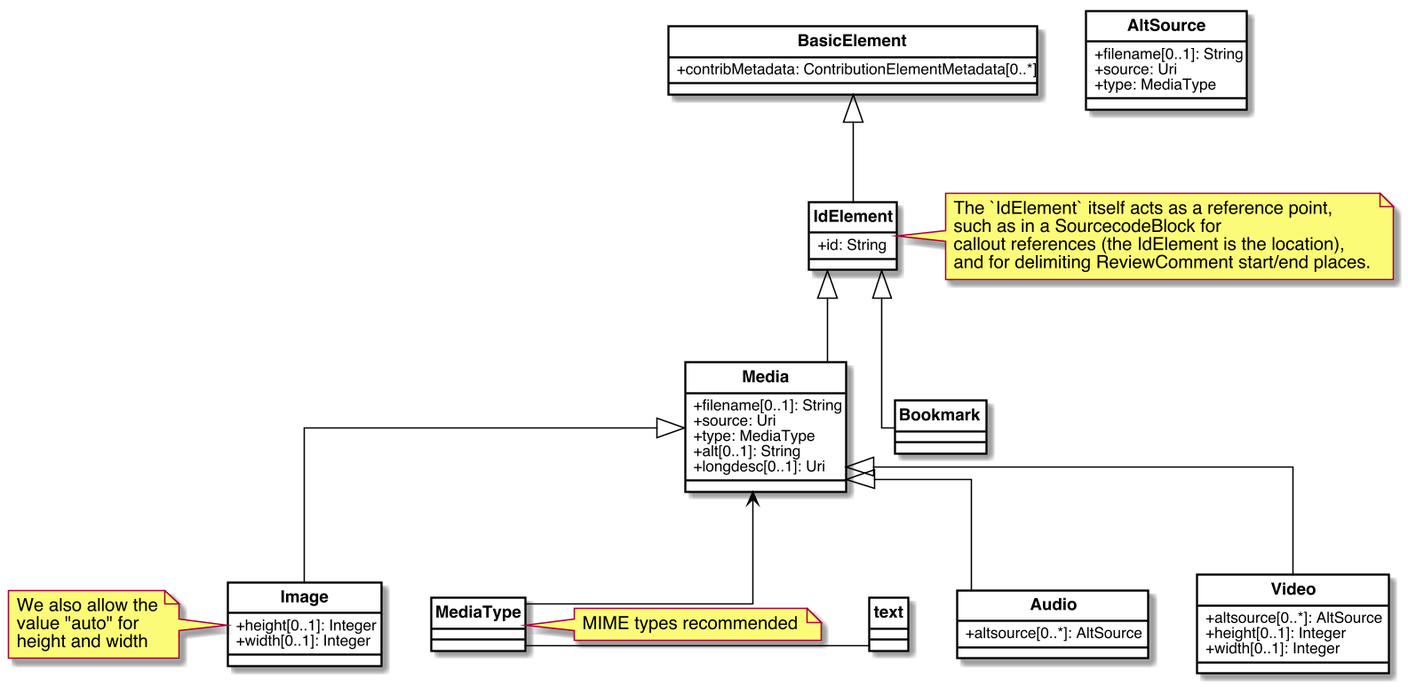
Above: images/IdElements.png in metanorma/basicdoc-models (PlantUML), before the change. Source of this version:
```plantuml
@startuml IdElements


skinparam Dpi 150
skinparam Monochrome false
skinparam LineType ortho
hide circle
skinparam Default {
  TextAlignment center
  FontName Helvetica
}
skinparam Class {
  AttributeIconSize 0
  BackgroundColor White
  ArrowColor Black
  BorderColor Black
  FontStyle bold
  StereotypeFontSize 10
}
skinparam Rectangle {
  BackgroundColor White
  ArrowColor Black
  BorderColor Black
  FontStyle bold
  FontSize 11
  StereotypeFontSize 10
}
skinparam Object {
  BackgroundColor White
  ArrowColor Black
  BorderColor Black
  FontStyle bold
  FontSize 11
  StereotypeFontSize 10
}

skinparam Entity {
  StereotypeFontSize 10
}



class BasicElement {
    +contribMetadata: ContributionElementMetadata[0..*]
}

class IdElement{
    +id: String
}

class Media{
    +filename[0..1]: String
    +source: Uri
    +type: MediaType
    +alt[0..1]: String
    +longdesc[0..1]: Uri
}

class Image{
    +height[0..1]: Integer
    +width[0..1]: Integer
}

class Audio{
    +altsource[0..*]: AltSource
}

class Video{
    +altsource[0..*]: AltSource
    +height[0..1]: Integer
    +width[0..1]: Integer
}

class AltSource{
    +filename[0..1]: String
    +source: Uri
    +type: MediaType
}

class Bookmark{

}


MediaType  = text


note right of IdElement : The `IdElement` itself acts as a reference point,\nsuch as in a SourcecodeBlock for\ncallout references (the IdElement is the location),\nand for delimiting ReviewComment start/end places.
note left of Image : We also allow the\nvalue "auto" for\nheight and width
note right of MediaType : MIME types recommended

BasicElement <|-- IdElement

IdElement <|-- Media
IdElement <|-- Bookmark
Media <|-- Image
Media <|-- Audio
Media <|-- Video

Media <-- MediaType



@enduml
```
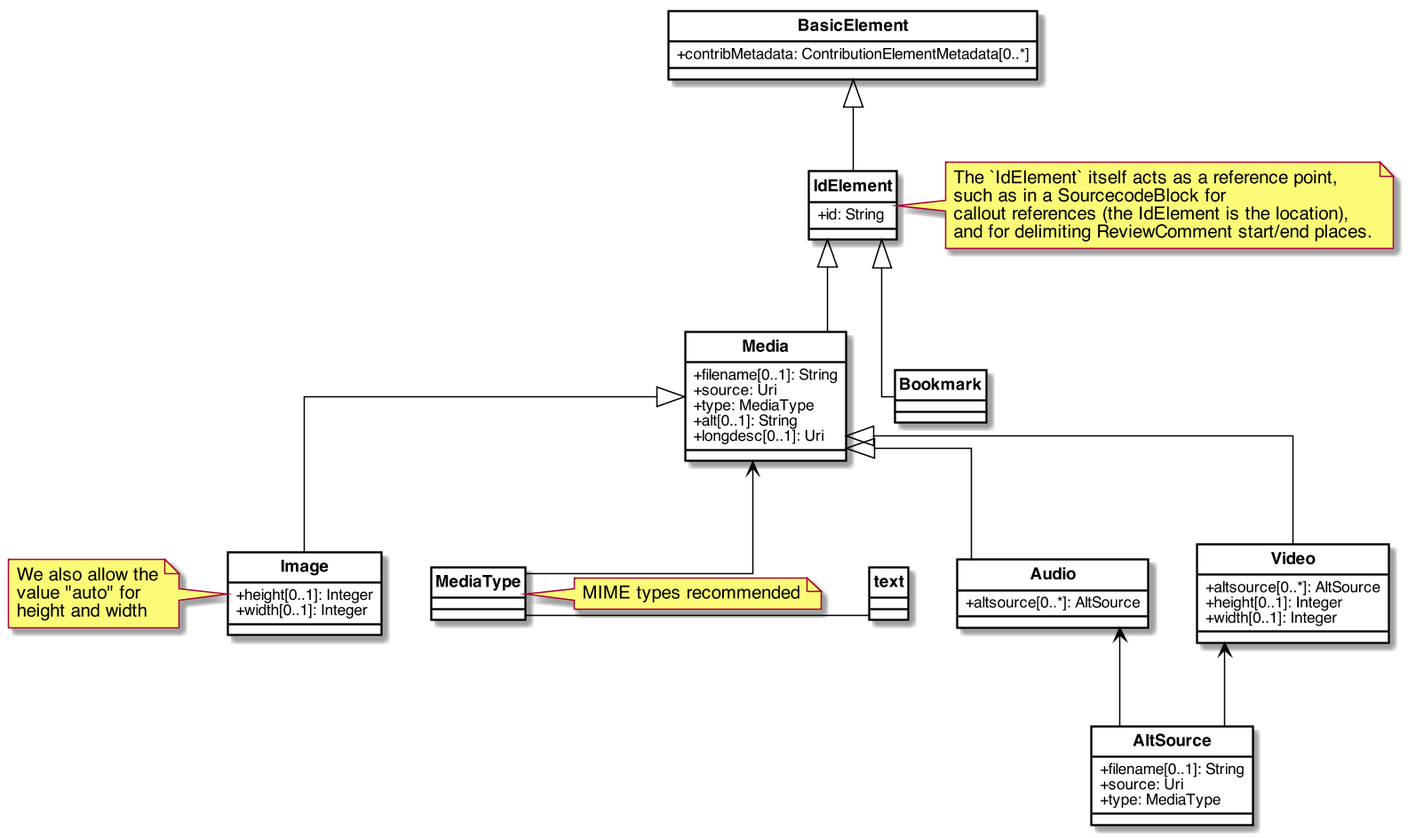
After the commit.

Diff of the diagram source:
```diff
@@ -98,6 +98,8 @@
 Media <|-- Video
 
 Media <-- MediaType
+Video <-- AltSource
+Audio <-- AltSource
 
 
 
```
